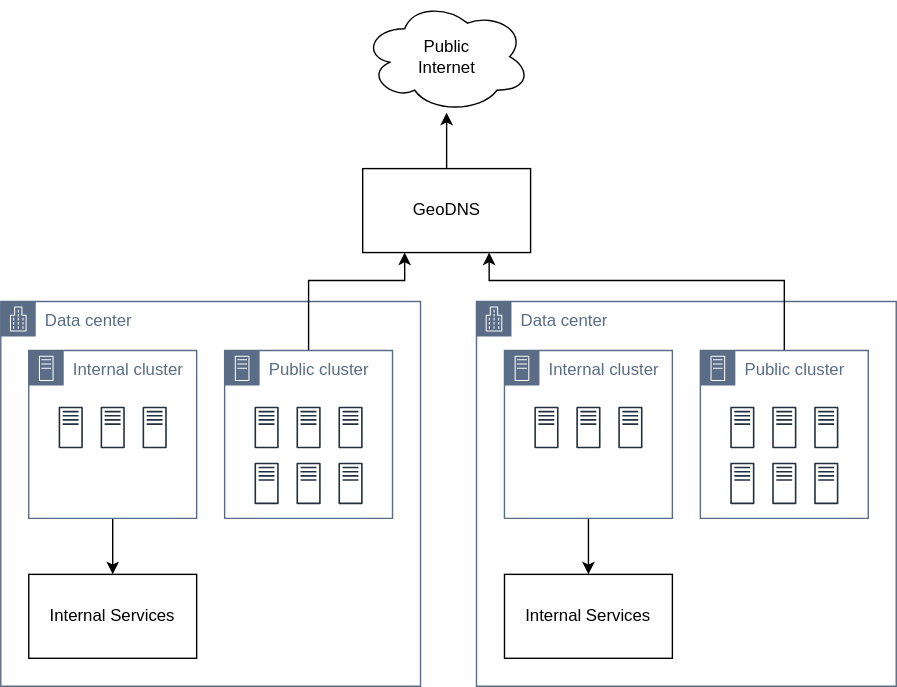
Above: systems/Query/diagrams/07-wikidata-deployment.drawio.svg in wmde/wikidata-wikibase-architecture (draw.io), before the change. Source tidied: cells renumbered, new cells last; positions are measured from the earlier drawing's top-left corner, leaving out a move shared by most shapes.
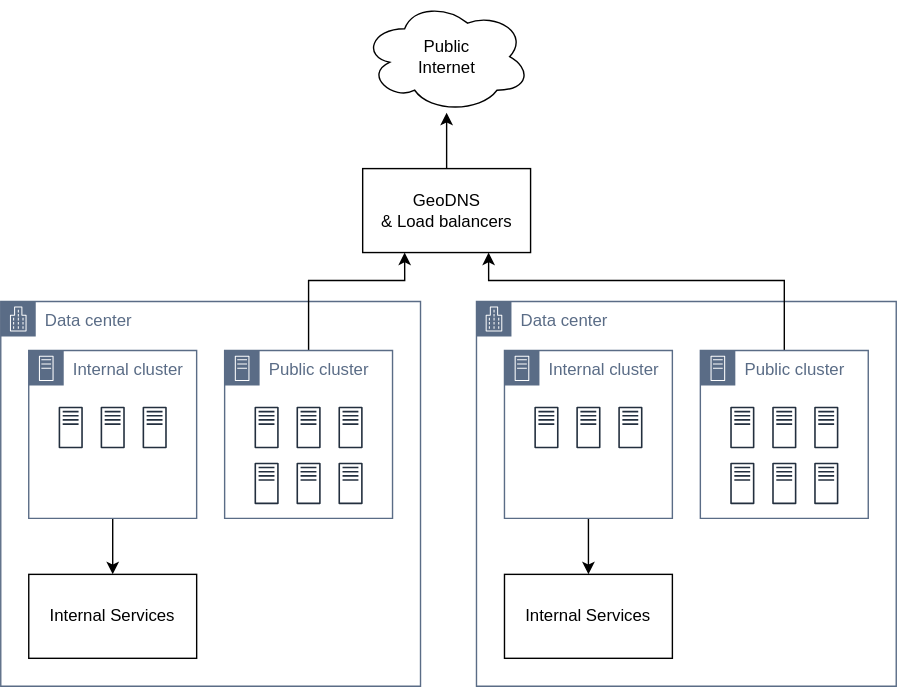
Above is the later version.

Change to the diagram source:
```diff
@@ -58,7 +58,7 @@
     <mxCell id="18" style="edgeStyle=orthogonalEdgeStyle;rounded=0;jettySize=auto;html=1;" parent="1" edge="1" source="19" target="17">
       <mxGeometry relative="1" as="geometry" />
     </mxCell>
-    <mxCell id="19" value="GeoDNS" style="rounded=0;whiteSpace=wrap;html=1;" parent="1" vertex="1">
+    <mxCell id="19" value="GeoDNS&lt;br&gt;&amp;amp; Load balancers" style="rounded=0;whiteSpace=wrap;html=1;" parent="1" vertex="1">
       <mxGeometry x="258.7" y="120" width="120" height="60" as="geometry" />
     </mxCell>
     <mxCell id="20" value="Data center" style="gradientColor=none;html=1;whiteSpace=wrap;fontSize=12;fontStyle=0;shape=mxgraph.aws4.group;grIcon=mxgraph.aws4.group_corporate_data_center;strokeColor=#5A6C86;fillColor=none;verticalAlign=top;align=left;spacingLeft=30;fontColor=#5A6C86;dashed=0;" parent="1" vertex="1">
```
